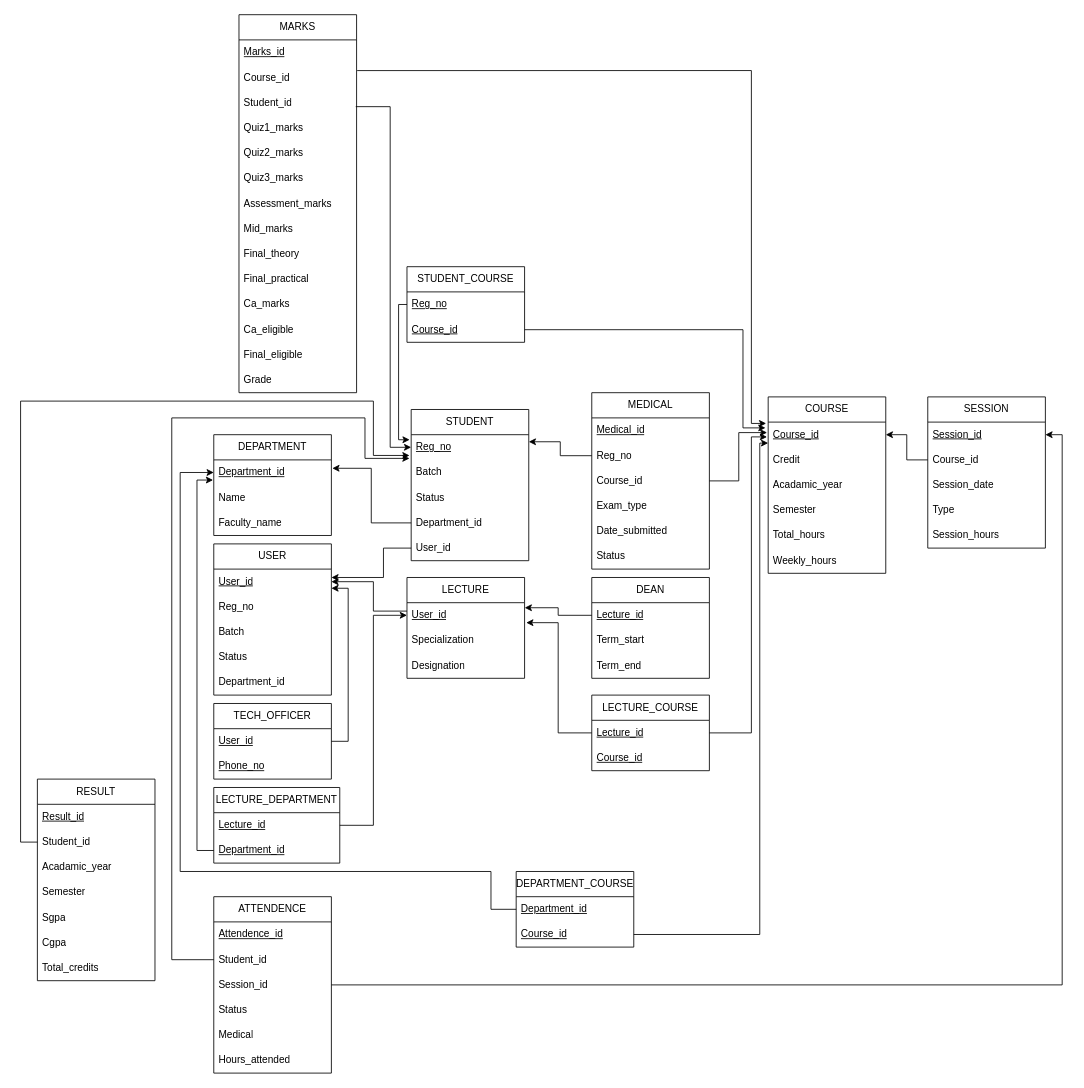
nuwangi2003/database_project keeps this draw.io diagram as document/RELATIONAL SCHEMA.drawio. Above is the earlier version. Source tidied: cells renumbered, new cells numbered last; positions are measured from the earlier drawing's top-left corner, leaving out a move shared by most shapes. Both pictures are drawn from the tidied source at 84%, with x=0, y=0 at pixel (20, 14).
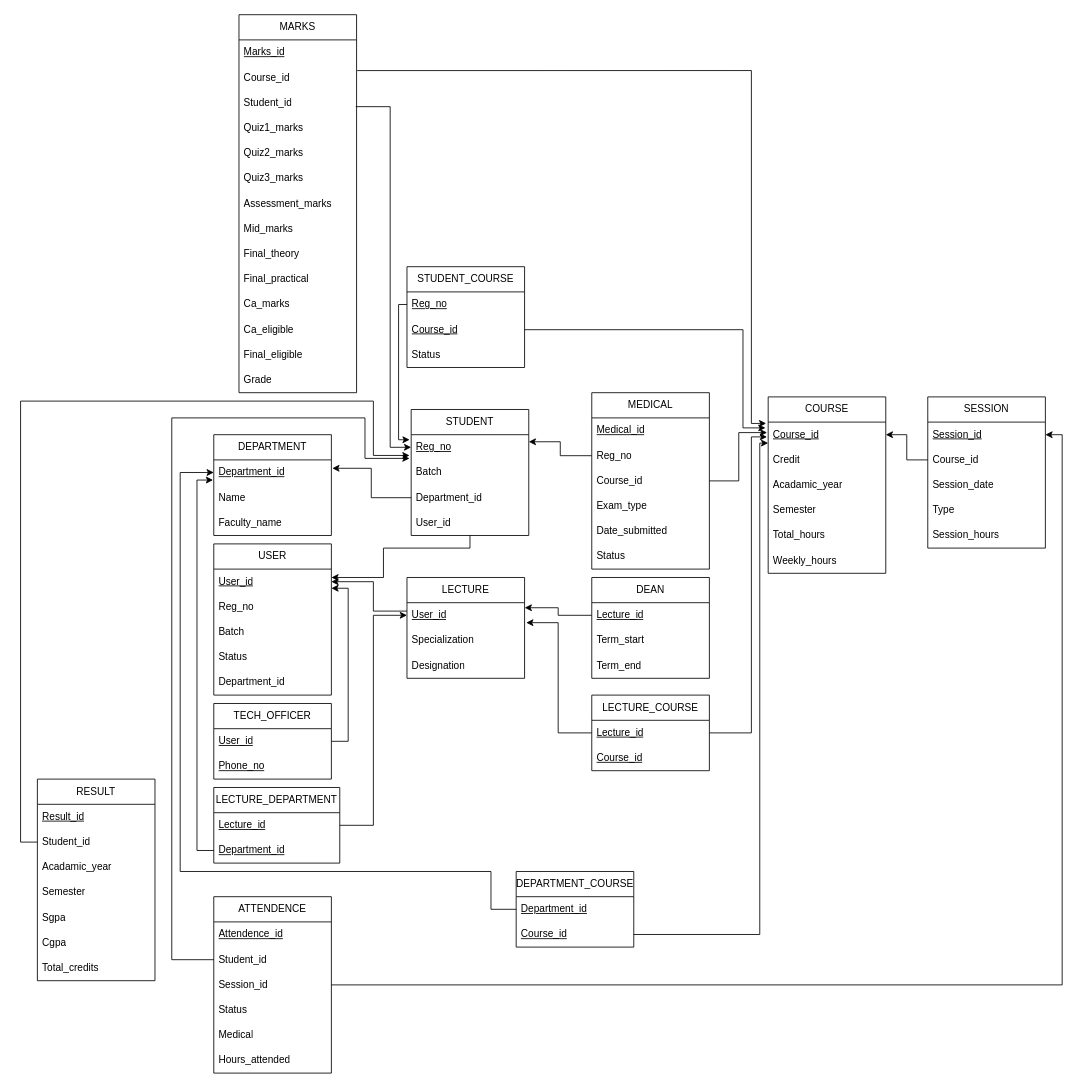
The same diagram, later.

The edit, as a diff of the source:
```diff
@@
     <mxCell id="2" value="STUDENT" style="swimlane;fontStyle=0;horizontal=1;startSize=30;whiteSpace=wrap;html=1;" parent="1" vertex="1">
-      <mxGeometry x="465" y="470" width="140" height="180" as="geometry" />
+      <mxGeometry x="465" y="470" width="140" height="150" as="geometry" />
     </mxCell>
@@
-    <mxCell id="5" value="Status" style="text;strokeColor=none;fillColor=none;align=left;verticalAlign=middle;spacingLeft=4;spacingRight=4;overflow=hidden;whiteSpace=wrap;html=1;" parent="2" vertex="1">
-      <mxGeometry y="90" width="140" height="30" as="geometry" />
-    </mxCell>
     <mxCell id="6" value="Department_id" style="text;strokeColor=none;fillColor=none;align=left;verticalAlign=middle;spacingLeft=4;spacingRight=4;overflow=hidden;points=[[0,0.5],[1,0.5]];portConstraint=eastwest;whiteSpace=wrap;html=1;" parent="2" vertex="1">
-      <mxGeometry y="120" width="140" height="30" as="geometry" />
+      <mxGeometry y="90" width="140" height="30" as="geometry" />
     </mxCell>
     <mxCell id="7" value="User_id" style="text;strokeColor=none;fillColor=none;align=left;verticalAlign=middle;spacingLeft=4;spacingRight=4;overflow=hidden;points=[[0,0.5],[1,0.5]];portConstraint=eastwest;whiteSpace=wrap;html=1;" parent="2" vertex="1">
-      <mxGeometry y="150" width="140" height="30" as="geometry" />
+      <mxGeometry y="120" width="140" height="30" as="geometry" />
     </mxCell>
@@
     <mxCell id="49" value="STUDENT_COURSE" style="swimlane;fontStyle=0;horizontal=1;startSize=30;whiteSpace=wrap;html=1;" parent="1" vertex="1">
-      <mxGeometry x="460" y="300" width="140" height="90" as="geometry" />
+      <mxGeometry x="460" y="300" width="140" height="120" as="geometry" />
     </mxCell>
@@
+    <mxCell id="5" value="Status" style="text;strokeColor=none;fillColor=none;align=left;verticalAlign=middle;spacingLeft=4;spacingRight=4;overflow=hidden;whiteSpace=wrap;html=1;" parent="49" vertex="1">
+      <mxGeometry y="90" width="140" height="30" as="geometry" />
+    </mxCell>
```
